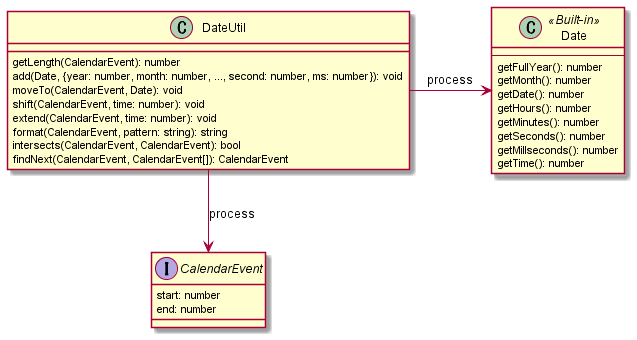
Earlier version of the PlantUML export class-design/img/oop/no-util/ugly.png (simpler-one/code.ugly-hackling).
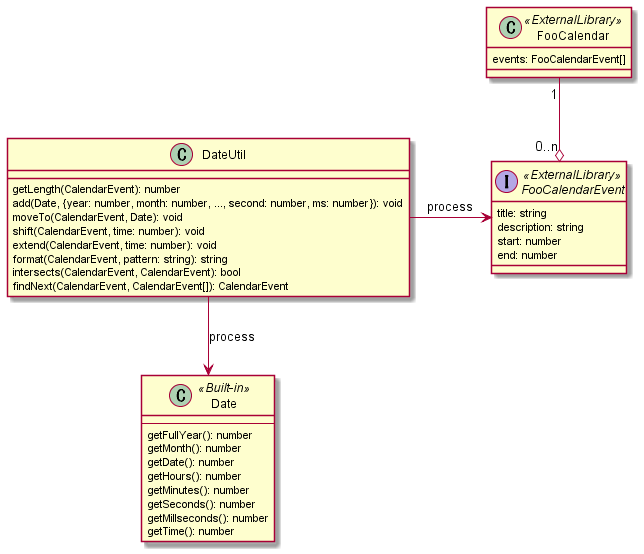
The same file after the commit.

Diff of the diagram source:
```diff
@@ -23,13 +23,21 @@
     getTime(): number
 }
 
-interface CalendarEvent {
+class FooCalendar <<ExternalLibrary>> {
+    events: FooCalendarEvent[]
+}
+
+interface FooCalendarEvent <<ExternalLibrary>> {
+    title: string
+    description: string
     start: number
     end: number
 }
 
 
-DateUtil -> Date : process
-DateUtil --> CalendarEvent : process
+FooCalendar "1" --o "0..n" FooCalendarEvent
+
+DateUtil -> FooCalendarEvent : process
+DateUtil --> Date : process
 
 @enduml
```
